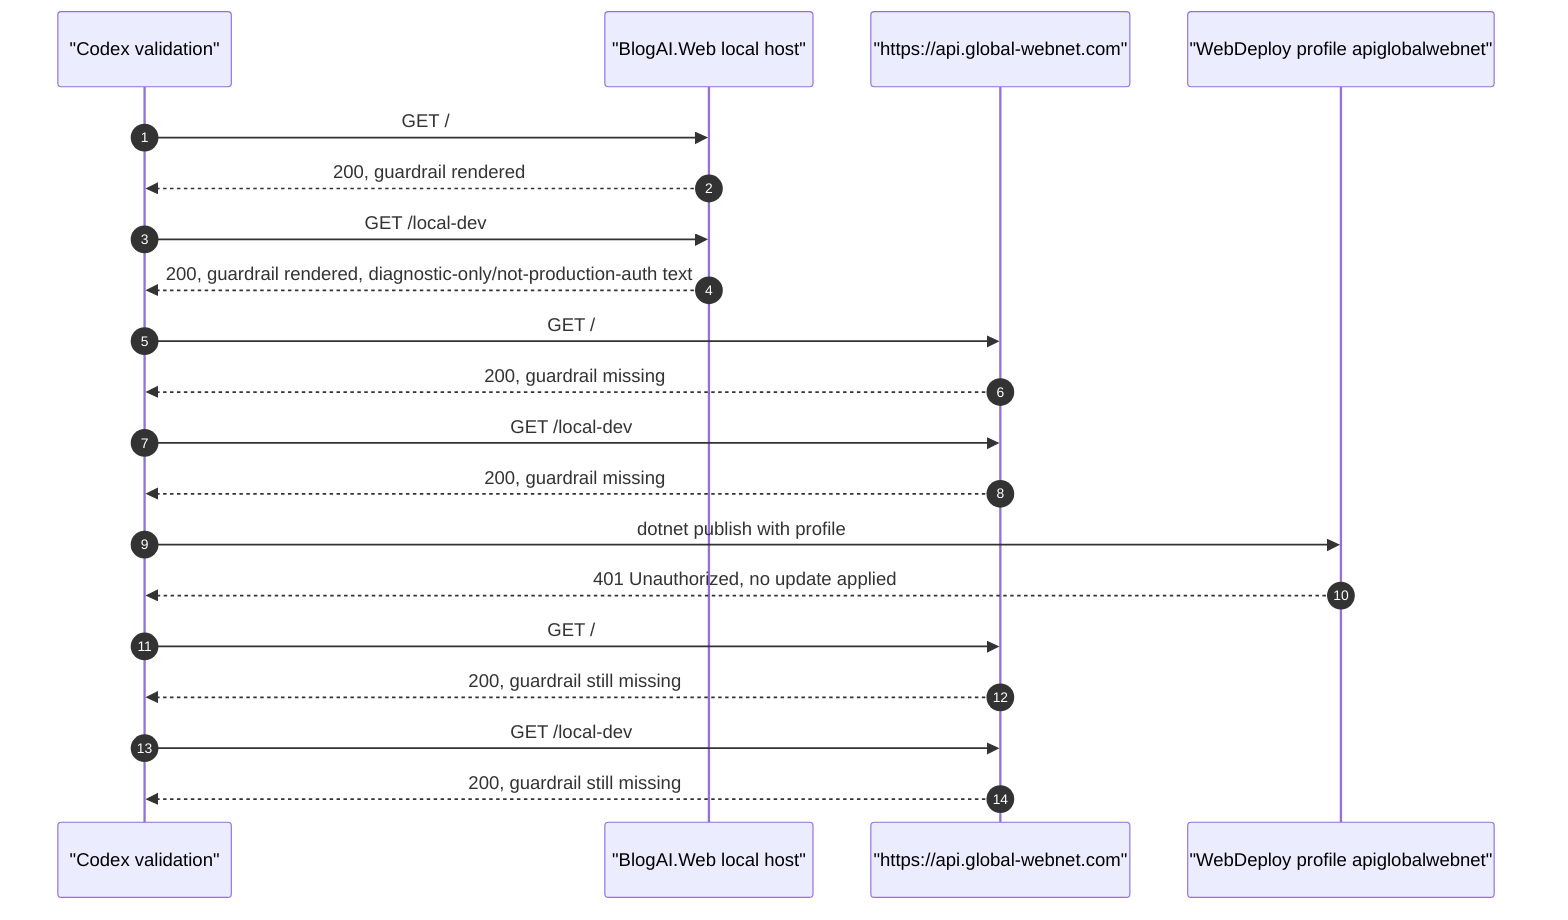
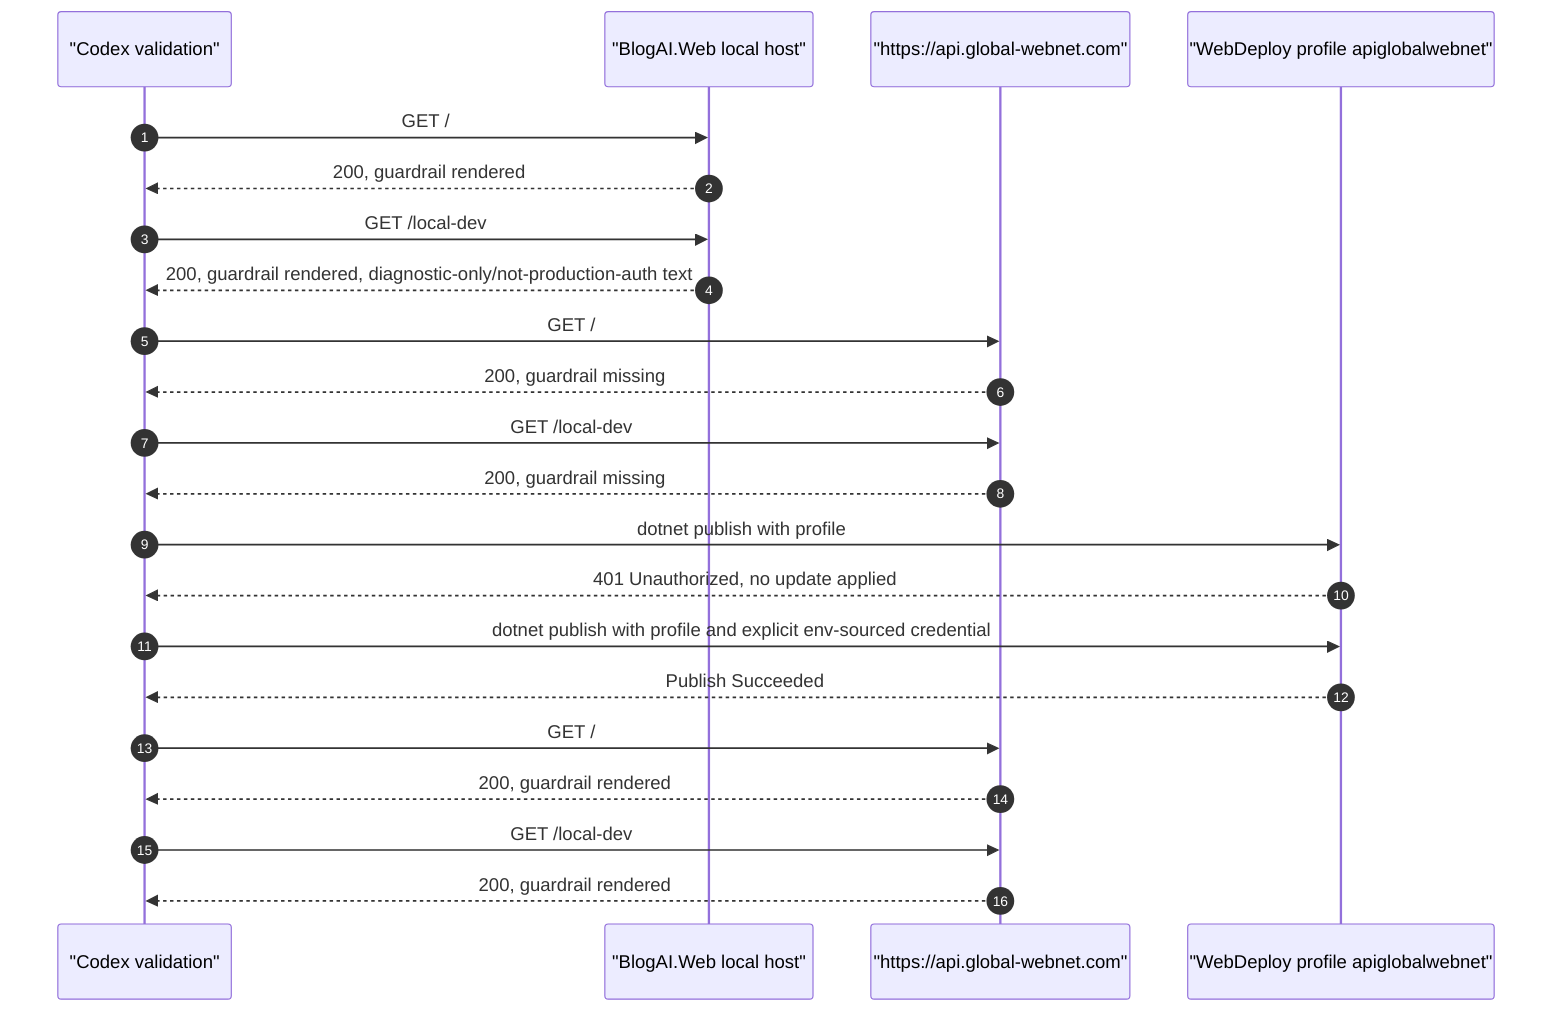
sequenceDiagram
    autonumber
    participant Operator as "Codex validation"
    participant Local as "BlogAI.Web local host"
    participant Deployed as "https://api.global-webnet.com"
    participant WebDeploy as "WebDeploy profile apiglobalwebnet"

    Operator->>Local: GET /
    Local-->>Operator: 200, guardrail rendered
    Operator->>Local: GET /local-dev
    Local-->>Operator: 200, guardrail rendered, diagnostic-only/not-production-auth text

    Operator->>Deployed: GET /
    Deployed-->>Operator: 200, guardrail missing
    Operator->>Deployed: GET /local-dev
    Deployed-->>Operator: 200, guardrail missing

    Operator->>WebDeploy: dotnet publish with profile
    WebDeploy-->>Operator: 401 Unauthorized, no update applied

+     Operator->>WebDeploy: dotnet publish with profile and explicit env-sourced credential
+     WebDeploy-->>Operator: Publish Succeeded
+ 
    Operator->>Deployed: GET /
-     Deployed-->>Operator: 200, guardrail still missing
+     Deployed-->>Operator: 200, guardrail rendered
    Operator->>Deployed: GET /local-dev
-     Deployed-->>Operator: 200, guardrail still missing
+     Deployed-->>Operator: 200, guardrail rendered
